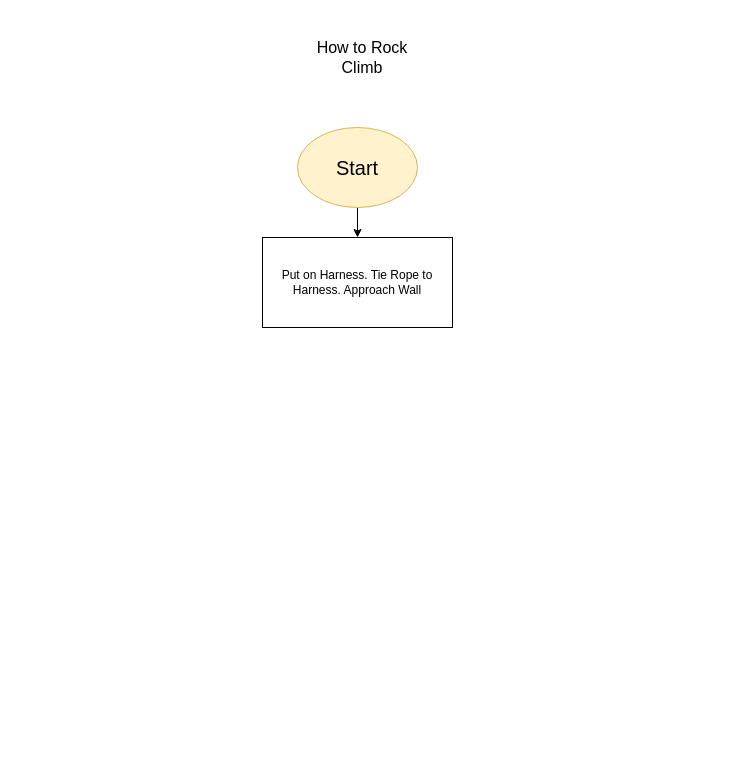
This is Untitled Diagram.drawio from nicholas-carnie/Nicks-files, a draw.io file, before an edit. Source tidied: cells renumbered, new cells numbered last; positions are measured from the earlier drawing's top-left corner, leaving out a move shared by most shapes. Both pictures are drawn from the tidied source at 100%, with x=0, y=0 at pixel (262, 17).
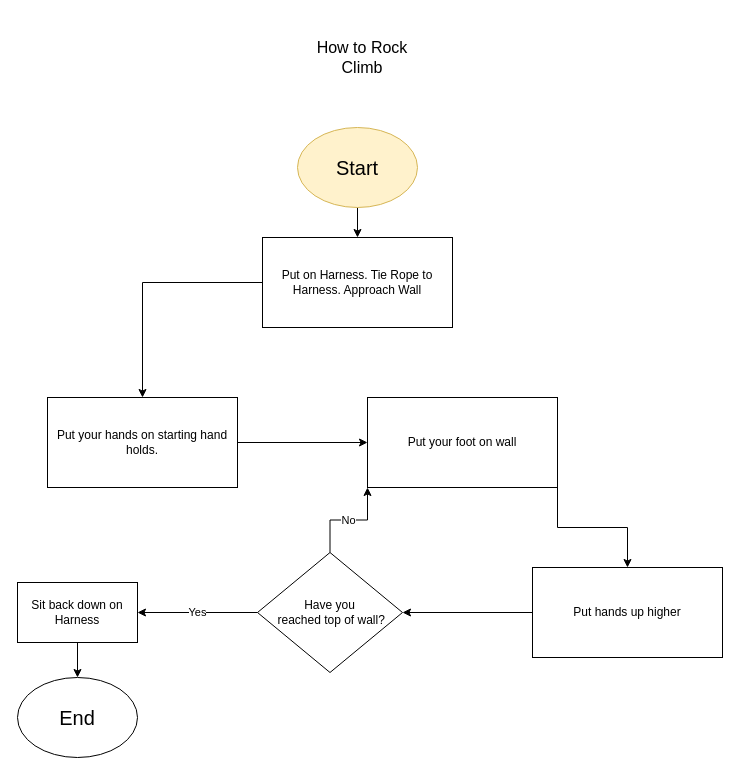
Above is the later version.

Commit message:
How to Rock Climb.drawio

Unchanged cells that the change refers to:
```xml
<mxCell id="4" value="Put on Harness. Tie Rope to Harness. Approach Wall" style="rounded=0;whiteSpace=wrap;html=1;" parent="1" vertex="1">
  <mxGeometry y="220" width="190" height="90" as="geometry" />
</mxCell>
```

What changed in the source:
```diff
@@
+    <mxCell id="6" style="edgeStyle=orthogonalEdgeStyle;rounded=0;jettySize=auto;html=1;" parent="1" edge="1" source="4" target="8">
+      <mxGeometry relative="1" as="geometry" />
+    </mxCell>
@@
+    <mxCell id="7" style="edgeStyle=orthogonalEdgeStyle;rounded=0;jettySize=auto;html=1;" parent="1" edge="1" source="8" target="10">
+      <mxGeometry relative="1" as="geometry" />
+    </mxCell>
+    <mxCell id="8" value="Put your hands on starting hand holds." style="rounded=0;whiteSpace=wrap;html=1;" parent="1" vertex="1">
+      <mxGeometry x="-215" y="380" width="190" height="90" as="geometry" />
+    </mxCell>
+    <mxCell id="9" style="edgeStyle=orthogonalEdgeStyle;rounded=0;jettySize=auto;html=1;" parent="1" edge="1" source="10" target="12">
+      <mxGeometry relative="1" as="geometry">
+        <Array as="points">
+          <mxPoint x="295" y="510" />
+          <mxPoint x="365" y="510" />
+        </Array>
+      </mxGeometry>
+    </mxCell>
+    <mxCell id="10" value="Put your foot on wall" style="rounded=0;whiteSpace=wrap;html=1;" parent="1" vertex="1">
+      <mxGeometry x="105" y="380" width="190" height="90" as="geometry" />
+    </mxCell>
+    <mxCell id="11" style="edgeStyle=orthogonalEdgeStyle;rounded=0;jettySize=auto;html=1;entryX=1;entryY=0.5;entryDx=0;entryDy=0;" parent="1" edge="1" source="12" target="15">
+      <mxGeometry relative="1" as="geometry" />
+    </mxCell>
+    <mxCell id="12" value="Put hands up higher" style="rounded=0;whiteSpace=wrap;html=1;" parent="1" vertex="1">
+      <mxGeometry x="270" y="550" width="190" height="90" as="geometry" />
+    </mxCell>
+    <mxCell id="13" value="No" style="edgeStyle=orthogonalEdgeStyle;rounded=0;jettySize=auto;html=1;entryX=0;entryY=1;entryDx=0;entryDy=0;" parent="1" edge="1" source="15" target="10">
+      <mxGeometry relative="1" as="geometry" />
+    </mxCell>
+    <mxCell id="14" value="Yes" style="edgeStyle=orthogonalEdgeStyle;rounded=0;jettySize=auto;html=1;entryX=1;entryY=0.5;entryDx=0;entryDy=0;" parent="1" edge="1" source="15" target="17">
+      <mxGeometry relative="1" as="geometry" />
+    </mxCell>
+    <mxCell id="15" value="Have you&lt;br&gt;&amp;nbsp;reached top of wall?" style="rhombus;whiteSpace=wrap;html=1;" parent="1" vertex="1">
+      <mxGeometry x="-5" y="535" width="145" height="120" as="geometry" />
+    </mxCell>
+    <mxCell id="16" style="edgeStyle=orthogonalEdgeStyle;rounded=0;jettySize=auto;html=1;entryX=0.5;entryY=0;entryDx=0;entryDy=0;" parent="1" edge="1" source="17" target="18">
+      <mxGeometry relative="1" as="geometry" />
+    </mxCell>
+    <mxCell id="17" value="Sit back down on Harness" style="rounded=0;whiteSpace=wrap;html=1;" parent="1" vertex="1">
+      <mxGeometry x="-245" y="565" width="120" height="60" as="geometry" />
+    </mxCell>
+    <mxCell id="18" value="End" style="ellipse;whiteSpace=wrap;html=1;fontSize=20;" parent="1" vertex="1">
+      <mxGeometry x="-245" y="660" width="120" height="80" as="geometry" />
+    </mxCell>
```
